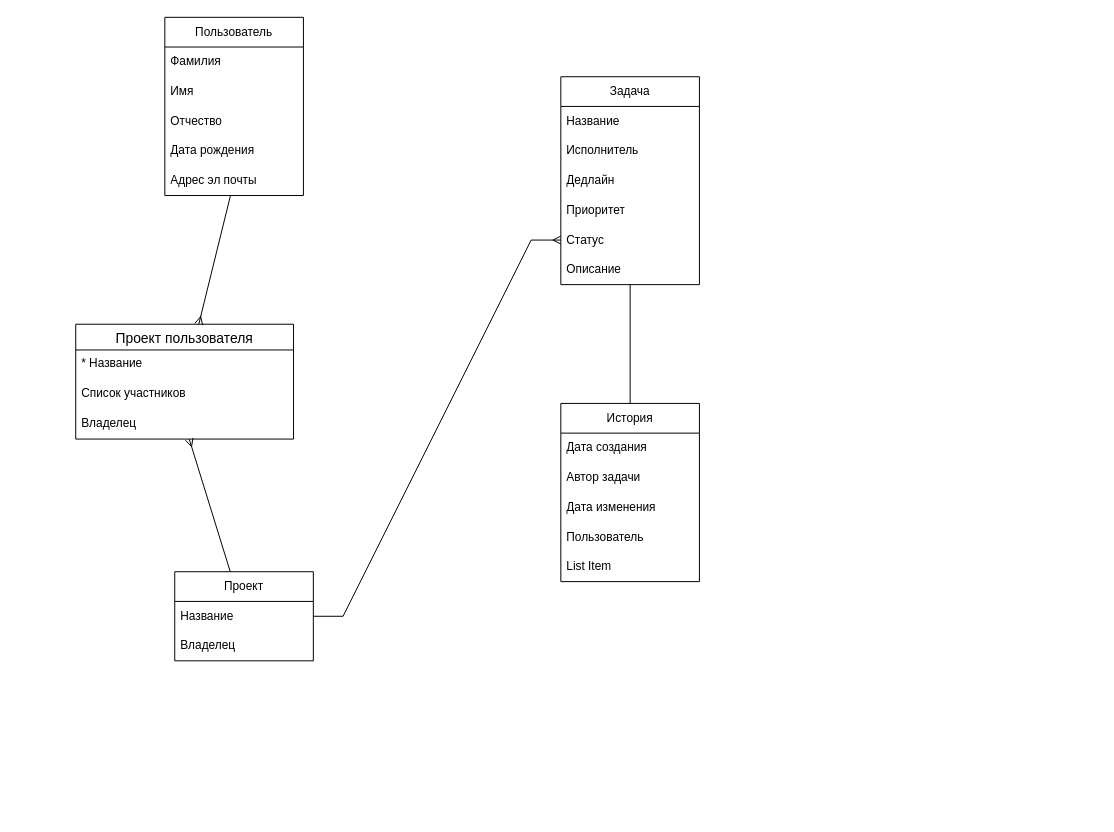
The draw.io diagram page "ER-диаграмма с ключами" (2 of 3) of doc/erd.drawio in DeeMassG/Task-Tracker, before the edit. Source tidied: cells renumbered, new cells numbered last; positions are measured from the earlier drawing's top-left corner, leaving out a move shared by most shapes. Both pictures are drawn from the tidied source at 99%, with x=0, y=0 at pixel (75, 17).
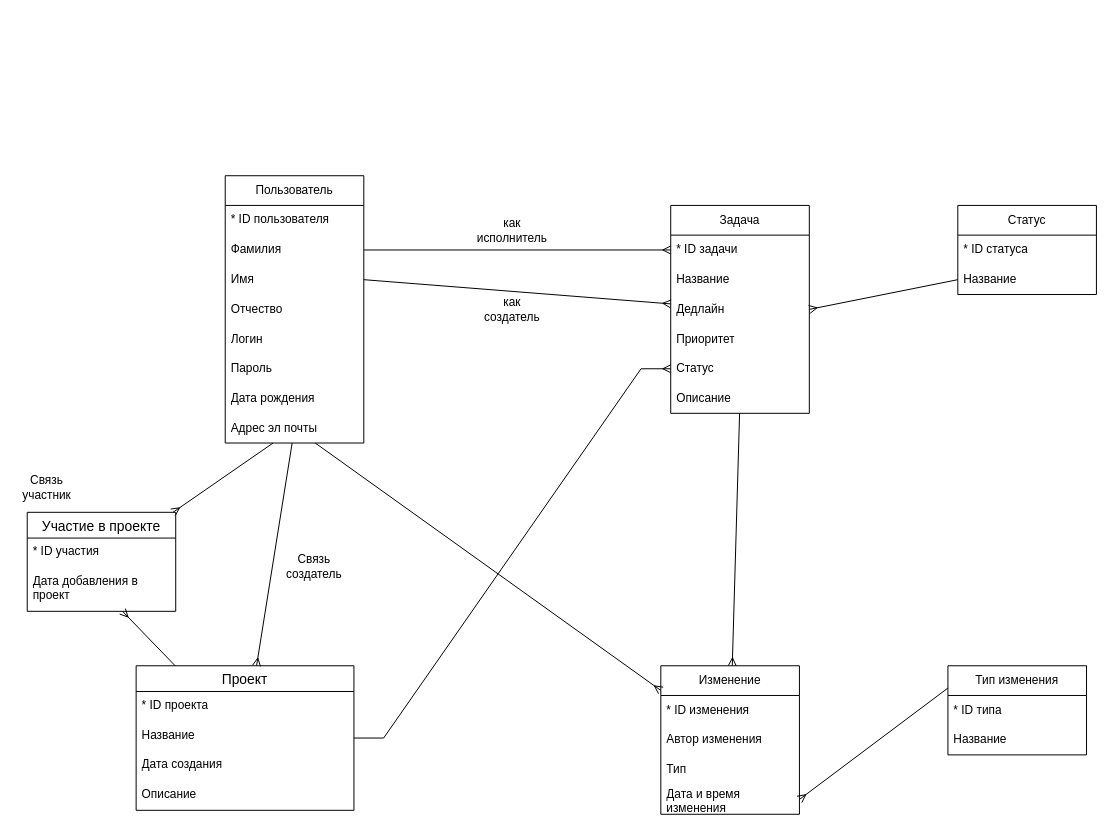
After the change.

The change refers to these unchanged cells:
```xml
<mxCell id="14" value="Дедлайн" style="text;strokeColor=none;fillColor=none;align=left;verticalAlign=middle;spacingLeft=4;spacingRight=4;overflow=hidden;points=[[0,0.5],[1,0.5]];portConstraint=eastwest;whiteSpace=wrap;html=1;" parent="11" vertex="1">
  <mxGeometry y="90" width="140" height="30" as="geometry" />
</mxCell>
<mxCell id="17" value="Описание" style="text;strokeColor=none;fillColor=none;align=left;verticalAlign=middle;spacingLeft=4;spacingRight=4;overflow=hidden;points=[[0,0.5],[1,0.5]];portConstraint=eastwest;whiteSpace=wrap;html=1;" parent="11" vertex="1">
  <mxGeometry y="180" width="140" height="30" as="geometry" />
</mxCell>
```

Change to the diagram source:
```diff
@@
     <mxCell id="2" value="Пользователь" style="swimlane;fontStyle=0;horizontal=1;startSize=30;whiteSpace=wrap;html=1;" parent="1" vertex="1">
-      <mxGeometry x="90" width="140" height="180" as="geometry" />
+      <mxGeometry x="151" y="160" width="140" height="270" as="geometry" />
     </mxCell>
+    <mxCell id="32" value="* ID пользователя" style="text;strokeColor=none;fillColor=none;spacingLeft=4;spacingRight=4;overflow=hidden;fontSize=12;whiteSpace=wrap;html=1;" parent="2" vertex="1">
+      <mxGeometry y="30" width="140" height="30" as="geometry" />
+    </mxCell>
     <mxCell id="3" value="Фамилия" style="text;strokeColor=none;fillColor=none;align=left;verticalAlign=middle;spacingLeft=4;spacingRight=4;overflow=hidden;points=[[0,0.5],[1,0.5]];portConstraint=eastwest;whiteSpace=wrap;html=1;" parent="2" vertex="1">
-      <mxGeometry y="30" width="140" height="30" as="geometry" />
+      <mxGeometry y="60" width="140" height="30" as="geometry" />
     </mxCell>
     <mxCell id="4" value="Имя" style="text;strokeColor=none;fillColor=none;align=left;verticalAlign=middle;spacingLeft=4;spacingRight=4;overflow=hidden;points=[[0,0.5],[1,0.5]];portConstraint=eastwest;whiteSpace=wrap;html=1;" parent="2" vertex="1">
-      <mxGeometry y="60" width="140" height="30" as="geometry" />
+      <mxGeometry y="90" width="140" height="30" as="geometry" />
     </mxCell>
     <mxCell id="5" value="Отчество" style="text;strokeColor=none;fillColor=none;align=left;verticalAlign=middle;spacingLeft=4;spacingRight=4;overflow=hidden;whiteSpace=wrap;html=1;" parent="2" vertex="1">
-      <mxGeometry y="90" width="140" height="30" as="geometry" />
+      <mxGeometry y="120" width="140" height="30" as="geometry" />
     </mxCell>
+    <mxCell id="33" value="&lt;span style=&quot;text-align: center;&quot;&gt;Логин&lt;/span&gt;" style="text;strokeColor=none;fillColor=none;align=left;verticalAlign=middle;spacingLeft=4;spacingRight=4;overflow=hidden;whiteSpace=wrap;html=1;" parent="2" vertex="1">
+      <mxGeometry y="150" width="140" height="30" as="geometry" />
+    </mxCell>
+    <mxCell id="34" value="&lt;span style=&quot;text-align: center;&quot;&gt;Пароль&lt;/span&gt;" style="text;strokeColor=none;fillColor=none;align=left;verticalAlign=middle;spacingLeft=4;spacingRight=4;overflow=hidden;whiteSpace=wrap;html=1;" parent="2" vertex="1">
+      <mxGeometry y="180" width="140" height="30" as="geometry" />
+    </mxCell>
     <mxCell id="6" value="&lt;span style=&quot;text-align: center;&quot;&gt;Дата рождения&lt;/span&gt;" style="text;strokeColor=none;fillColor=none;align=left;verticalAlign=middle;spacingLeft=4;spacingRight=4;overflow=hidden;whiteSpace=wrap;html=1;" parent="2" vertex="1">
-      <mxGeometry y="120" width="140" height="30" as="geometry" />
+      <mxGeometry y="210" width="140" height="30" as="geometry" />
     </mxCell>
     <mxCell id="7" value="Адрес эл почты" style="text;strokeColor=none;fillColor=none;align=left;verticalAlign=middle;spacingLeft=4;spacingRight=4;overflow=hidden;points=[[0,0.5],[1,0.5]];portConstraint=eastwest;whiteSpace=wrap;html=1;" parent="2" vertex="1">
-      <mxGeometry y="150" width="140" height="30" as="geometry" />
+      <mxGeometry y="240" width="140" height="30" as="geometry" />
     </mxCell>
-    <mxCell id="8" value="Проект" style="swimlane;fontStyle=0;horizontal=1;startSize=30;whiteSpace=wrap;html=1;" parent="1" vertex="1">
-      <mxGeometry x="100" y="560" width="140" height="90" as="geometry" />
-    </mxCell>
-    <mxCell id="9" value="Название" style="text;strokeColor=none;fillColor=none;align=left;verticalAlign=middle;spacingLeft=4;spacingRight=4;overflow=hidden;whiteSpace=wrap;html=1;" parent="8" vertex="1">
-      <mxGeometry y="30" width="140" height="30" as="geometry" />
-    </mxCell>
-    <mxCell id="10" value="Владелец" style="text;strokeColor=none;fillColor=none;align=left;verticalAlign=middle;spacingLeft=4;spacingRight=4;overflow=hidden;whiteSpace=wrap;html=1;" parent="8" vertex="1">
-      <mxGeometry y="60" width="140" height="30" as="geometry" />
-    </mxCell>
     <mxCell id="11" value="Задача" style="swimlane;fontStyle=0;horizontal=1;startSize=30;whiteSpace=wrap;html=1;" parent="1" vertex="1">
-      <mxGeometry x="490" y="60" width="140" height="210" as="geometry" />
+      <mxGeometry x="601" y="190" width="140" height="210" as="geometry" />
     </mxCell>
-    <mxCell id="12" value="Название" style="text;strokeColor=none;fillColor=none;align=left;verticalAlign=middle;spacingLeft=4;spacingRight=4;overflow=hidden;whiteSpace=wrap;html=1;" parent="11" vertex="1">
-      <mxGeometry y="30" width="140" height="30" as="geometry" />
-    </mxCell>
-    <mxCell id="13" value="Исполнитель" style="text;strokeColor=none;fillColor=none;align=left;verticalAlign=middle;spacingLeft=4;spacingRight=4;overflow=hidden;whiteSpace=wrap;html=1;" parent="11" vertex="1">
-      <mxGeometry y="60" width="140" height="30" as="geometry" />
-    </mxCell>
+    <mxCell id="35" value="* ID задачи" style="text;strokeColor=none;fillColor=none;align=left;verticalAlign=middle;spacingLeft=4;spacingRight=4;overflow=hidden;points=[[0,0.5],[1,0.5]];portConstraint=eastwest;whiteSpace=wrap;html=1;" parent="11" vertex="1">
+      <mxGeometry y="30" width="140" height="30" as="geometry" />
+    </mxCell>
+    <mxCell id="36" value="Название" style="text;strokeColor=none;fillColor=none;align=left;verticalAlign=middle;spacingLeft=4;spacingRight=4;overflow=hidden;whiteSpace=wrap;html=1;" parent="11" vertex="1">
+      <mxGeometry y="60" width="140" height="30" as="geometry" />
+    </mxCell>
@@
-    <mxCell id="18" value="История" style="swimlane;fontStyle=0;horizontal=1;startSize=30;whiteSpace=wrap;html=1;" parent="1" vertex="1">
-      <mxGeometry x="490" y="390" width="140" height="180" as="geometry" />
-    </mxCell>
+    <mxCell id="37" value="Изменение" style="swimlane;fontStyle=0;horizontal=1;startSize=30;whiteSpace=wrap;html=1;" parent="1" vertex="1">
+      <mxGeometry x="591" y="655" width="140" height="150" as="geometry" />
+    </mxCell>
+    <mxCell id="38" value="* ID изменения" style="text;strokeColor=none;fillColor=none;align=left;verticalAlign=middle;spacingLeft=4;spacingRight=4;overflow=hidden;whiteSpace=wrap;html=1;" parent="37" vertex="1">
+      <mxGeometry y="30" width="140" height="30" as="geometry" />
+    </mxCell>
+    <mxCell id="39" value="Автор изменения" style="text;strokeColor=none;fillColor=none;align=left;verticalAlign=middle;spacingLeft=4;spacingRight=4;overflow=hidden;whiteSpace=wrap;html=1;" parent="37" vertex="1">
+      <mxGeometry y="60" width="140" height="30" as="geometry" />
+    </mxCell>
+    <mxCell id="40" value="Тип" style="text;strokeColor=none;fillColor=none;align=left;verticalAlign=middle;spacingLeft=4;spacingRight=4;overflow=hidden;whiteSpace=wrap;html=1;" parent="37" vertex="1">
+      <mxGeometry y="90" width="140" height="30" as="geometry" />
+    </mxCell>
+    <mxCell id="41" value="Дата и время изменения" style="text;strokeColor=none;fillColor=none;align=left;verticalAlign=middle;spacingLeft=4;spacingRight=4;overflow=hidden;points=[[0,0.5],[1,0.5]];portConstraint=eastwest;whiteSpace=wrap;html=1;" parent="37" vertex="1">
+      <mxGeometry y="120" width="140" height="30" as="geometry" />
+    </mxCell>
+    <mxCell id="8" value="Проект" style="swimlane;fontStyle=0;horizontal=1;startSize=26;align=center;fontSize=14;" parent="1" vertex="1">
+      <mxGeometry x="61" y="655" width="220" height="146" as="geometry" />
+    </mxCell>
+    <mxCell id="42" value="* ID проекта" style="text;strokeColor=none;fillColor=none;spacingLeft=4;spacingRight=4;overflow=hidden;fontSize=12;whiteSpace=wrap;html=1;" parent="8" vertex="1">
+      <mxGeometry y="26" width="220" height="30" as="geometry" />
+    </mxCell>
+    <mxCell id="43" value="Название" style="text;strokeColor=none;fillColor=none;spacingLeft=4;spacingRight=4;overflow=hidden;fontSize=12;whiteSpace=wrap;html=1;" parent="8" vertex="1">
+      <mxGeometry y="56" width="220" height="30" as="geometry" />
+    </mxCell>
-    <mxCell id="19" value="Дата создания" style="text;strokeColor=none;fillColor=none;align=left;verticalAlign=middle;spacingLeft=4;spacingRight=4;overflow=hidden;whiteSpace=wrap;html=1;" parent="18" vertex="1">
-      <mxGeometry y="30" width="140" height="30" as="geometry" />
+    <mxCell id="19" value="Дата создания" style="text;strokeColor=none;fillColor=none;spacingLeft=4;spacingRight=4;overflow=hidden;fontSize=12;whiteSpace=wrap;html=1;" parent="8" vertex="1">
+      <mxGeometry y="86" width="220" height="30" as="geometry" />
     </mxCell>
-    <mxCell id="20" value="Автор задачи" style="text;strokeColor=none;fillColor=none;align=left;verticalAlign=middle;spacingLeft=4;spacingRight=4;overflow=hidden;whiteSpace=wrap;html=1;" parent="18" vertex="1">
-      <mxGeometry y="60" width="140" height="30" as="geometry" />
-    </mxCell>
-    <mxCell id="21" value="Дата изменения" style="text;strokeColor=none;fillColor=none;align=left;verticalAlign=middle;spacingLeft=4;spacingRight=4;overflow=hidden;whiteSpace=wrap;html=1;" parent="18" vertex="1">
-      <mxGeometry y="90" width="140" height="30" as="geometry" />
-    </mxCell>
-    <mxCell id="22" value="Пользователь&amp;nbsp;" style="text;strokeColor=none;fillColor=none;align=left;verticalAlign=middle;spacingLeft=4;spacingRight=4;overflow=hidden;whiteSpace=wrap;html=1;" parent="18" vertex="1">
-      <mxGeometry y="120" width="140" height="30" as="geometry" />
-    </mxCell>
-    <mxCell id="23" value="List Item" style="text;strokeColor=none;fillColor=none;align=left;verticalAlign=middle;spacingLeft=4;spacingRight=4;overflow=hidden;whiteSpace=wrap;html=1;" parent="18" vertex="1">
-      <mxGeometry y="150" width="140" height="30" as="geometry" />
-    </mxCell>
-    <mxCell id="24" value="Проект пользователя" style="swimlane;fontStyle=0;horizontal=1;startSize=26;align=center;fontSize=14;" parent="1" vertex="1">
-      <mxGeometry y="310" width="220" height="116" as="geometry" />
-    </mxCell>
-    <mxCell id="25" value="* Название" style="text;strokeColor=none;fillColor=none;spacingLeft=4;spacingRight=4;overflow=hidden;fontSize=12;whiteSpace=wrap;html=1;" parent="24" vertex="1">
-      <mxGeometry y="26" width="220" height="30" as="geometry" />
-    </mxCell>
-    <mxCell id="26" value="Список участников" style="text;strokeColor=none;fillColor=none;spacingLeft=4;spacingRight=4;overflow=hidden;fontSize=12;whiteSpace=wrap;html=1;" parent="24" vertex="1">
-      <mxGeometry y="56" width="220" height="30" as="geometry" />
-    </mxCell>
-    <mxCell id="27" value="Владелец" style="text;strokeColor=none;fillColor=none;spacingLeft=4;spacingRight=4;overflow=hidden;points=[[0,0.5],[1,0.5]];portConstraint=eastwest;fontSize=12;whiteSpace=wrap;html=1;" parent="24" vertex="1">
-      <mxGeometry y="86" width="220" height="30" as="geometry" />
-    </mxCell>
-    <mxCell id="28" style="fontSize=12;html=1;endArrow=ERmany;rounded=0;" parent="1" edge="1" source="7" target="24">
-      <mxGeometry relative="1" as="geometry" />
-    </mxCell>
-    <mxCell id="29" style="fontSize=12;html=1;endArrow=ERmany;rounded=0;" parent="1" edge="1" source="8" target="27">
-      <mxGeometry relative="1" as="geometry" />
-    </mxCell>
+    <mxCell id="44" value="Описание&amp;nbsp;" style="text;strokeColor=none;fillColor=none;spacingLeft=4;spacingRight=4;overflow=hidden;fontSize=12;whiteSpace=wrap;html=1;" parent="8" vertex="1">
+      <mxGeometry y="116" width="220" height="30" as="geometry" />
+    </mxCell>
+    <mxCell id="45" style="fontSize=12;html=1;endArrow=ERmany;rounded=0;" parent="1" edge="1" source="7" target="8">
+      <mxGeometry relative="1" as="geometry" />
+    </mxCell>
@@
-    <mxCell id="31" style="endArrow=none;html=1;rounded=0;" parent="1" edge="1" source="18" target="17">
-      <mxGeometry relative="1" as="geometry" />
-    </mxCell>
+    <mxCell id="46" value="Участие в проекте" style="swimlane;fontStyle=0;horizontal=1;startSize=26;align=center;fontSize=14;" parent="1" vertex="1">
+      <mxGeometry x="-49" y="500" width="150" height="100" as="geometry" />
+    </mxCell>
+    <mxCell id="47" value="* ID участия" style="text;strokeColor=none;fillColor=none;spacingLeft=4;spacingRight=4;overflow=hidden;fontSize=12;whiteSpace=wrap;html=1;" parent="46" vertex="1">
+      <mxGeometry y="26" width="150" height="30" as="geometry" />
+    </mxCell>
+    <mxCell id="48" value="Дата добавления в проект" style="text;strokeColor=none;fillColor=none;spacingLeft=4;spacingRight=4;overflow=hidden;points=[[0,0.5],[1,0.5]];portConstraint=eastwest;fontSize=12;whiteSpace=wrap;html=1;" parent="46" vertex="1">
+      <mxGeometry y="56" width="150" height="44" as="geometry" />
+    </mxCell>
+    <mxCell id="49" style="fontSize=12;html=1;endArrow=ERmany;rounded=0;" parent="1" edge="1" source="8" target="48">
+      <mxGeometry relative="1" as="geometry" />
+    </mxCell>
+    <mxCell id="50" style="fontSize=12;html=1;endArrow=ERmany;rounded=0;" parent="1" edge="1" source="7" target="46">
+      <mxGeometry relative="1" as="geometry" />
+    </mxCell>
+    <mxCell id="51" value="Связь создатель" style="text;html=1;whiteSpace=wrap;strokeColor=none;fillColor=none;align=center;verticalAlign=middle;rounded=0;" parent="1" vertex="1">
+      <mxGeometry x="211" y="540" width="60" height="30" as="geometry" />
+    </mxCell>
+    <mxCell id="52" value="Связь участник" style="text;html=1;whiteSpace=wrap;strokeColor=none;fillColor=none;align=center;verticalAlign=middle;rounded=0;" parent="1" vertex="1">
+      <mxGeometry x="-59" y="460" width="60" height="30" as="geometry" />
+    </mxCell>
+    <mxCell id="53" style="fontSize=12;html=1;endArrow=ERmany;rounded=0;" parent="1" edge="1" source="17" target="37">
+      <mxGeometry relative="1" as="geometry" />
+    </mxCell>
+    <mxCell id="54" value="Тип изменения" style="swimlane;fontStyle=0;horizontal=1;startSize=30;whiteSpace=wrap;html=1;" parent="1" vertex="1">
+      <mxGeometry x="881" y="655" width="140" height="90" as="geometry" />
+    </mxCell>
+    <mxCell id="55" value="* ID типа" style="text;strokeColor=none;fillColor=none;align=left;verticalAlign=middle;spacingLeft=4;spacingRight=4;overflow=hidden;whiteSpace=wrap;html=1;" parent="54" vertex="1">
+      <mxGeometry y="30" width="140" height="30" as="geometry" />
+    </mxCell>
+    <mxCell id="56" value="Название" style="text;strokeColor=none;fillColor=none;align=left;verticalAlign=middle;spacingLeft=4;spacingRight=4;overflow=hidden;whiteSpace=wrap;html=1;" parent="54" vertex="1">
+      <mxGeometry y="60" width="140" height="30" as="geometry" />
+    </mxCell>
+    <mxCell id="57" style="fontSize=12;html=1;endArrow=ERmany;rounded=0;exitX=0;exitY=0.25;exitDx=0;exitDy=0;entryX=1;entryY=0.5;entryDx=0;entryDy=0;" parent="1" edge="1" source="54" target="41">
+      <mxGeometry relative="1" as="geometry" />
+    </mxCell>
+    <mxCell id="58" style="fontSize=12;html=1;endArrow=ERmany;rounded=0;exitX=1;exitY=0.5;exitDx=0;exitDy=0;" parent="1" edge="1" source="3" target="35">
+      <mxGeometry relative="1" as="geometry" />
+    </mxCell>
+    <mxCell id="59" value="как исполнитель" style="text;html=1;whiteSpace=wrap;strokeColor=none;fillColor=none;align=center;verticalAlign=middle;rounded=0;" parent="1" vertex="1">
+      <mxGeometry x="411" y="200" width="60" height="30" as="geometry" />
+    </mxCell>
+    <mxCell id="60" style="fontSize=12;html=1;endArrow=ERmany;rounded=0;exitX=1;exitY=0.5;exitDx=0;exitDy=0;" parent="1" edge="1" source="4" target="14">
+      <mxGeometry relative="1" as="geometry" />
+    </mxCell>
+    <mxCell id="61" value="как создатель" style="text;html=1;whiteSpace=wrap;strokeColor=none;fillColor=none;align=center;verticalAlign=middle;rounded=0;" parent="1" vertex="1">
+      <mxGeometry x="411" y="280" width="60" height="30" as="geometry" />
+    </mxCell>
+    <mxCell id="62" value="Статус" style="swimlane;fontStyle=0;horizontal=1;startSize=30;whiteSpace=wrap;html=1;" parent="1" vertex="1">
+      <mxGeometry x="891" y="190" width="140" height="90" as="geometry" />
+    </mxCell>
+    <mxCell id="63" value="* ID статуса" style="text;strokeColor=none;fillColor=none;align=left;verticalAlign=middle;spacingLeft=4;spacingRight=4;overflow=hidden;whiteSpace=wrap;html=1;" parent="62" vertex="1">
+      <mxGeometry y="30" width="140" height="30" as="geometry" />
+    </mxCell>
+    <mxCell id="64" value="Название" style="text;strokeColor=none;fillColor=none;align=left;verticalAlign=middle;spacingLeft=4;spacingRight=4;overflow=hidden;points=[[0,0.5],[1,0.5]];portConstraint=eastwest;whiteSpace=wrap;html=1;" parent="62" vertex="1">
+      <mxGeometry y="60" width="140" height="30" as="geometry" />
+    </mxCell>
+    <mxCell id="65" style="fontSize=12;html=1;endArrow=ERmany;rounded=0;entryX=1;entryY=0.5;entryDx=0;entryDy=0;exitX=0;exitY=0.5;exitDx=0;exitDy=0;" parent="1" edge="1" source="64" target="14">
+      <mxGeometry relative="1" as="geometry" />
+    </mxCell>
+    <mxCell id="66" style="fontSize=12;html=1;endArrow=ERmany;rounded=0;" parent="1" edge="1" source="7" target="37">
+      <mxGeometry relative="1" as="geometry" />
+    </mxCell>
```
